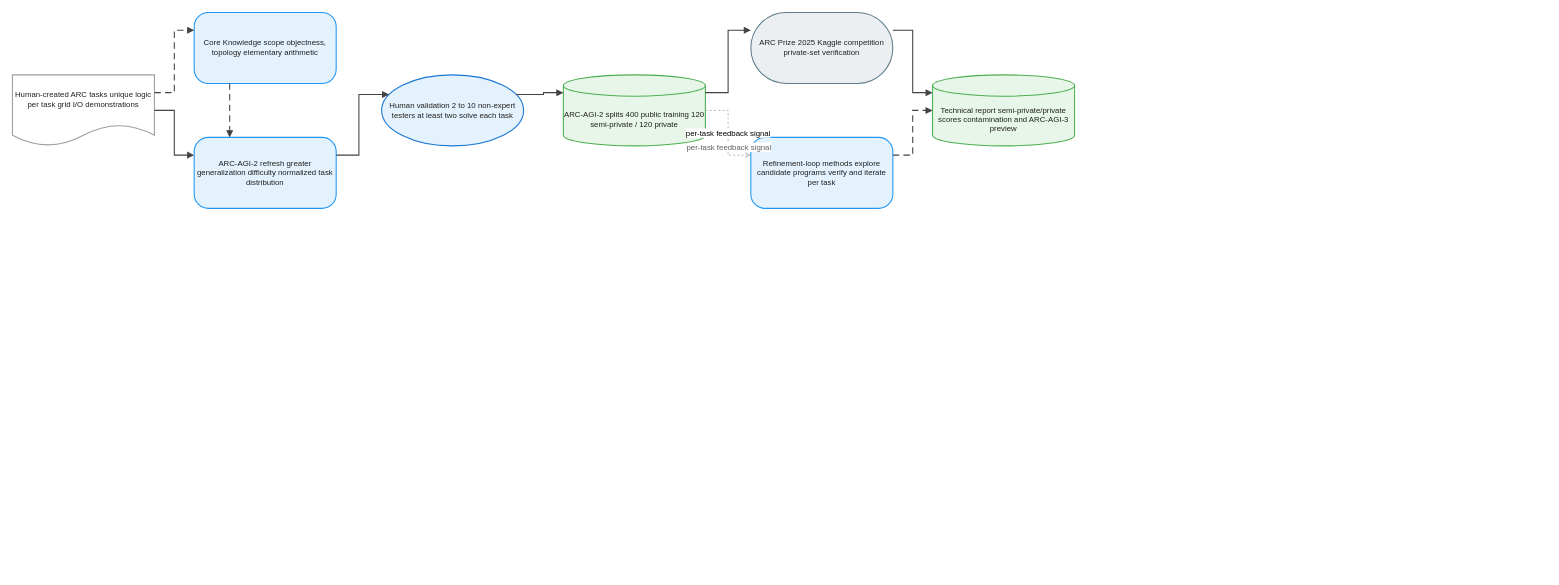
This is drawio/ARC-AGI/ARC-AGI.en.drawio from joe1chief/benchmark-hub, a draw.io file, before an edit. Source tidied: cells renumbered, new cells numbered last; positions are measured from the earlier drawing's top-left corner, leaving out a move shared by most shapes. Both pictures are drawn from the tidied source at 71%, with x=0, y=0 at pixel (12, 12).
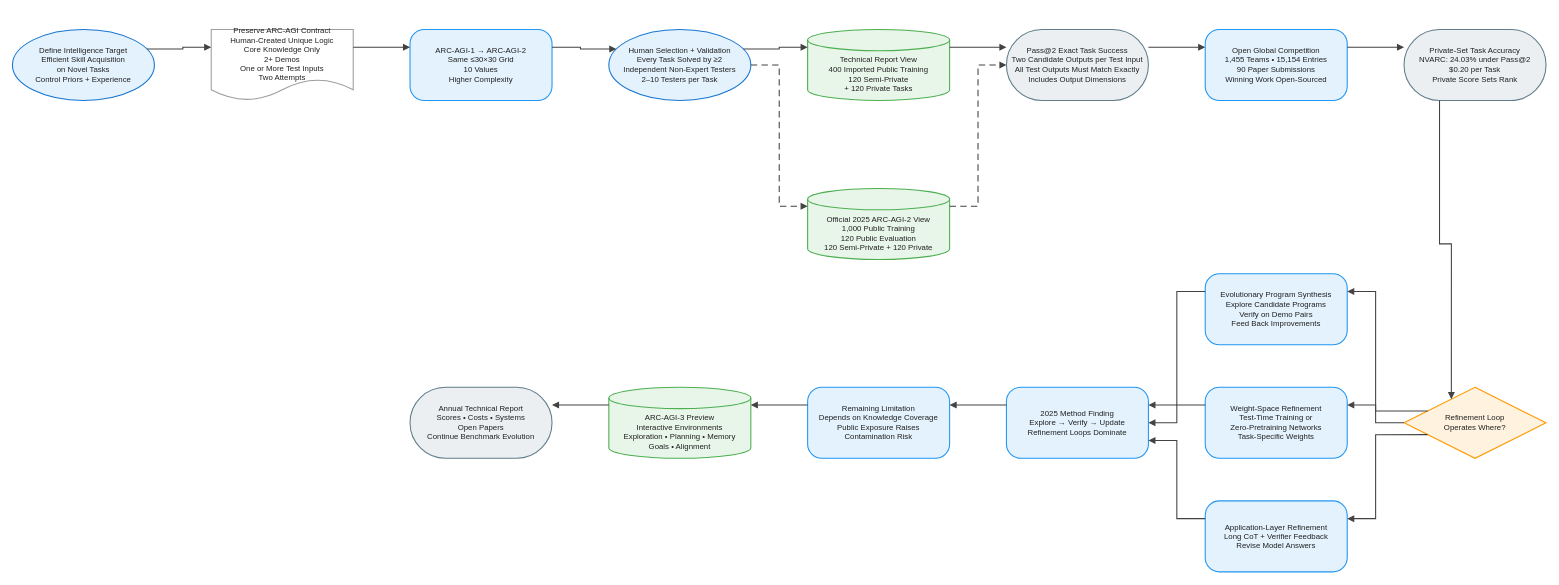
Above is the later version.

Diff of the diagram source:
```diff
@@
-    <mxCell id="2" value="Human-created ARC tasks unique logic per task grid I/O demonstrations" style="shape=document;boundedLbl=1;html=1;whiteSpace=wrap;fillColor=#FFFFFF;strokeColor=#9E9E9E;strokeWidth=1.5;fontColor=#212121;fontSize=11;fontFamily=Arial, Helvetica, sans-serif;verticalAlign=middle;align=center;" parent="1" vertex="1">
-      <mxGeometry y="88" width="200" height="100" as="geometry" />
+    <mxCell id="2" value="Define Intelligence Target&#10;Efficient Skill Acquisition&#10;on Novel Tasks&#10;Control Priors + Experience" style="ellipse;html=0;convertToSvg=1;whiteSpace=wrap;fillColor=#E3F2FD;strokeColor=#1976D2;strokeWidth=1.5;fontColor=#212121;fontSize=11;fontFamily=Arial, Helvetica, sans-serif;verticalAlign=middle;align=center;" parent="1" vertex="1">
+      <mxGeometry y="24" width="200" height="100" as="geometry" />
     </mxCell>
-    <mxCell id="3" value="Core Knowledge scope objectness, topology elementary arithmetic" style="rounded=1;arcSize=20;html=1;whiteSpace=wrap;fillColor=#E3F2FD;strokeColor=#2196F3;strokeWidth=1.5;fontColor=#212121;fontSize=11;fontFamily=Arial, Helvetica, sans-serif;verticalAlign=middle;align=center;" parent="1" vertex="1">
-      <mxGeometry x="256" width="200" height="100" as="geometry" />
+    <mxCell id="3" value="Preserve ARC-AGI Contract&#10;Human-Created Unique Logic&#10;Core Knowledge Only&#10;2+ Demos&#10;One or More Test Inputs&#10;Two Attempts" style="shape=document;boundedLbl=1;html=0;convertToSvg=1;whiteSpace=wrap;fillColor=#FFFFFF;strokeColor=#9E9E9E;strokeWidth=1.5;fontColor=#212121;fontSize=11;fontFamily=Arial, Helvetica, sans-serif;verticalAlign=middle;align=center;" parent="1" vertex="1">
+      <mxGeometry x="280" y="24" width="200" height="100" as="geometry" />
     </mxCell>
-    <mxCell id="4" value="ARC-AGI-2 refresh greater generalization difficulty normalized task distribution" style="rounded=1;arcSize=20;html=1;whiteSpace=wrap;fillColor=#E3F2FD;strokeColor=#2196F3;strokeWidth=1.5;fontColor=#212121;fontSize=11;fontFamily=Arial, Helvetica, sans-serif;verticalAlign=middle;align=center;" parent="1" vertex="1">
-      <mxGeometry x="256" y="176" width="200" height="100" as="geometry" />
+    <mxCell id="4" value="ARC-AGI-1 → ARC-AGI-2&#10;Same ≤30×30 Grid&#10;10 Values&#10;Higher Complexity" style="rounded=1;arcSize=20;html=0;convertToSvg=1;whiteSpace=wrap;fillColor=#E3F2FD;strokeColor=#2196F3;strokeWidth=1.5;fontColor=#212121;fontSize=11;fontFamily=Arial, Helvetica, sans-serif;verticalAlign=middle;align=center;" parent="1" vertex="1">
+      <mxGeometry x="560" y="24" width="200" height="100" as="geometry" />
     </mxCell>
-    <mxCell id="5" value="Human validation 2 to 10 non-expert testers at least two solve each task" style="ellipse;html=1;whiteSpace=wrap;fillColor=#E3F2FD;strokeColor=#1976D2;strokeWidth=1.5;fontColor=#212121;fontSize=11;fontFamily=Arial, Helvetica, sans-serif;verticalAlign=middle;align=center;" parent="1" vertex="1">
-      <mxGeometry x="520" y="88" width="200" height="100" as="geometry" />
+    <mxCell id="5" value="Human Selection + Validation&#10;Every Task Solved by ≥2&#10;Independent Non-Expert Testers&#10;2–10 Testers per Task" style="ellipse;html=0;convertToSvg=1;whiteSpace=wrap;fillColor=#E3F2FD;strokeColor=#1976D2;strokeWidth=1.5;fontColor=#212121;fontSize=11;fontFamily=Arial, Helvetica, sans-serif;verticalAlign=middle;align=center;" parent="1" vertex="1">
+      <mxGeometry x="840" y="24" width="200" height="100" as="geometry" />
     </mxCell>
-    <mxCell id="6" value="ARC-AGI-2 splits 400 public training 120 semi-private / 120 private" style="shape=cylinder3;boundedLbl=1;backgroundOutline=1;size=15;html=1;whiteSpace=wrap;fillColor=#E8F5E9;strokeColor=#4CAF50;strokeWidth=1.5;fontColor=#212121;fontSize=11;fontFamily=Arial, Helvetica, sans-serif;verticalAlign=middle;align=center;" parent="1" vertex="1">
-      <mxGeometry x="776" y="88" width="200" height="100" as="geometry" />
+    <mxCell id="6" value="Technical Report View&#10;400 Imported Public Training&#10;120 Semi-Private&#10;+ 120 Private Tasks" style="shape=cylinder3;boundedLbl=1;backgroundOutline=1;size=15;html=0;convertToSvg=1;whiteSpace=wrap;fillColor=#E8F5E9;strokeColor=#4CAF50;strokeWidth=1.5;fontColor=#212121;fontSize=11;fontFamily=Arial, Helvetica, sans-serif;verticalAlign=middle;align=center;" parent="1" vertex="1">
+      <mxGeometry x="1120" y="24" width="200" height="100" as="geometry" />
     </mxCell>
-    <mxCell id="7" value="ARC Prize 2025 Kaggle competition private-set verification" style="rounded=1;arcSize=50;html=1;whiteSpace=wrap;fillColor=#ECEFF1;strokeColor=#607D8B;strokeWidth=1.5;fontColor=#212121;fontSize=11;fontFamily=Arial, Helvetica, sans-serif;verticalAlign=middle;align=center;" parent="1" vertex="1">
-      <mxGeometry x="1040" width="200" height="100" as="geometry" />
+    <mxCell id="7" value="Official 2025 ARC-AGI-2 View&#10;1,000 Public Training&#10;120 Public Evaluation&#10;120 Semi-Private + 120 Private" style="shape=cylinder3;boundedLbl=1;backgroundOutline=1;size=15;html=0;convertToSvg=1;whiteSpace=wrap;fillColor=#E8F5E9;strokeColor=#4CAF50;strokeWidth=1.5;fontColor=#212121;fontSize=11;fontFamily=Arial, Helvetica, sans-serif;verticalAlign=middle;align=center;" parent="1" vertex="1">
+      <mxGeometry x="1120" y="248" width="200" height="100" as="geometry" />
     </mxCell>
-    <mxCell id="8" value="Refinement-loop methods explore candidate programs verify and iterate per task" style="rounded=1;arcSize=20;html=1;whiteSpace=wrap;fillColor=#E3F2FD;strokeColor=#2196F3;strokeWidth=1.5;fontColor=#212121;fontSize=11;fontFamily=Arial, Helvetica, sans-serif;verticalAlign=middle;align=center;" parent="1" vertex="1">
-      <mxGeometry x="1040" y="176" width="200" height="100" as="geometry" />
+    <mxCell id="8" value="Pass@2 Exact Task Success&#10;Two Candidate Outputs per Test Input&#10;All Test Outputs Must Match Exactly&#10;Includes Output Dimensions" style="rounded=1;arcSize=50;html=0;convertToSvg=1;whiteSpace=wrap;fillColor=#ECEFF1;strokeColor=#607D8B;strokeWidth=1.5;fontColor=#212121;fontSize=11;fontFamily=Arial, Helvetica, sans-serif;verticalAlign=middle;align=center;" parent="1" vertex="1">
+      <mxGeometry x="1400" y="24" width="200" height="100" as="geometry" />
     </mxCell>
-    <mxCell id="9" value="Technical report semi-private/private scores contamination and ARC-AGI-3 preview" style="shape=cylinder3;boundedLbl=1;backgroundOutline=1;size=15;html=1;whiteSpace=wrap;fillColor=#E8F5E9;strokeColor=#4CAF50;strokeWidth=1.5;fontColor=#212121;fontSize=11;fontFamily=Arial, Helvetica, sans-serif;verticalAlign=middle;align=center;" parent="1" vertex="1">
-      <mxGeometry x="1296" y="88" width="200" height="100" as="geometry" />
+    <mxCell id="9" value="Open Global Competition&#10;1,455 Teams • 15,154 Entries&#10;90 Paper Submissions&#10;Winning Work Open-Sourced" style="rounded=1;arcSize=20;html=0;convertToSvg=1;whiteSpace=wrap;fillColor=#E3F2FD;strokeColor=#2196F3;strokeWidth=1.5;fontColor=#212121;fontSize=11;fontFamily=Arial, Helvetica, sans-serif;verticalAlign=middle;align=center;" parent="1" vertex="1">
+      <mxGeometry x="1680" y="24" width="200" height="100" as="geometry" />
     </mxCell>
-    <mxCell id="10" style="edgeStyle=orthogonalEdgeStyle;rounded=0;jettySize=auto;html=1;strokeColor=#424242;strokeWidth=1.5;endArrow=block;endFill=1;exitX=1;exitY=0.25;exitDx=0;exitDy=0;entryX=0;entryY=0.25;entryDx=0;entryDy=0;dashed=1;dashPattern=6 4;jumpStyle=arc;jumpSize=8;" parent="1" edge="1" source="2" target="3">
-      <mxGeometry relative="1" as="geometry" />
+    <mxCell id="10" value="Private-Set Task Accuracy&#10;NVARC: 24.03% under Pass@2&#10;$0.20 per Task&#10;Private Score Sets Rank" style="rounded=1;arcSize=50;html=0;convertToSvg=1;whiteSpace=wrap;fillColor=#ECEFF1;strokeColor=#607D8B;strokeWidth=1.5;fontColor=#212121;fontSize=11;fontFamily=Arial, Helvetica, sans-serif;verticalAlign=middle;align=center;" parent="1" vertex="1">
+      <mxGeometry x="1960" y="24" width="200" height="100" as="geometry" />
     </mxCell>
-    <mxCell id="11" style="edgeStyle=orthogonalEdgeStyle;rounded=0;jettySize=auto;html=1;strokeColor=#424242;strokeWidth=1.5;endArrow=block;endFill=1;exitX=1;exitY=0.5;exitDx=0;exitDy=0;entryX=0;entryY=0.25;entryDx=0;entryDy=0;jumpStyle=arc;jumpSize=8;" parent="1" edge="1" source="2" target="4">
-      <mxGeometry relative="1" as="geometry" />
+    <mxCell id="11" value="Refinement Loop&#10;Operates Where?" style="rhombus;html=0;convertToSvg=1;whiteSpace=wrap;fillColor=#FFF3E0;strokeColor=#FF9800;strokeWidth=1.5;fontColor=#212121;fontSize=11;fontFamily=Arial, Helvetica, sans-serif;verticalAlign=middle;align=center;" parent="1" vertex="1">
+      <mxGeometry x="1960" y="528" width="200" height="100" as="geometry" />
     </mxCell>
-    <mxCell id="12" style="edgeStyle=orthogonalEdgeStyle;rounded=0;jettySize=auto;html=1;strokeColor=#424242;strokeWidth=1.5;endArrow=block;endFill=1;exitX=0.25;exitY=1;exitDx=0;exitDy=0;entryX=0.25;entryY=0;entryDx=0;entryDy=0;dashed=1;dashPattern=6 4;jumpStyle=arc;jumpSize=8;" parent="1" edge="1" source="3" target="4">
-      <mxGeometry relative="1" as="geometry" />
+    <mxCell id="12" value="Evolutionary Program Synthesis&#10;Explore Candidate Programs&#10;Verify on Demo Pairs&#10;Feed Back Improvements" style="rounded=1;arcSize=20;html=0;convertToSvg=1;whiteSpace=wrap;fillColor=#E3F2FD;strokeColor=#2196F3;strokeWidth=1.5;fontColor=#212121;fontSize=11;fontFamily=Arial, Helvetica, sans-serif;verticalAlign=middle;align=center;" parent="1" vertex="1">
+      <mxGeometry x="1680" y="368" width="200" height="100" as="geometry" />
     </mxCell>
-    <mxCell id="13" style="edgeStyle=orthogonalEdgeStyle;rounded=0;jettySize=auto;html=1;strokeColor=#424242;strokeWidth=1.5;endArrow=block;endFill=1;exitX=1;exitY=0.25;exitDx=0;exitDy=0;entryX=0;entryY=0.25;entryDx=0;entryDy=0;jumpStyle=arc;jumpSize=8;" parent="1" edge="1" source="4" target="5">
-      <mxGeometry relative="1" as="geometry" />
+    <mxCell id="13" value="Weight-Space Refinement&#10;Test-Time Training or&#10;Zero-Pretraining Networks&#10;Task-Specific Weights" style="rounded=1;arcSize=20;html=0;convertToSvg=1;whiteSpace=wrap;fillColor=#E3F2FD;strokeColor=#2196F3;strokeWidth=1.5;fontColor=#212121;fontSize=11;fontFamily=Arial, Helvetica, sans-serif;verticalAlign=middle;align=center;" parent="1" vertex="1">
+      <mxGeometry x="1680" y="528" width="200" height="100" as="geometry" />
     </mxCell>
-    <mxCell id="14" style="edgeStyle=orthogonalEdgeStyle;rounded=0;jettySize=auto;html=1;strokeColor=#424242;strokeWidth=1.5;endArrow=block;endFill=1;exitX=1;exitY=0.25;exitDx=0;exitDy=0;entryX=0;entryY=0.25;entryDx=0;entryDy=0;jumpStyle=arc;jumpSize=8;" parent="1" edge="1" source="5" target="6">
-      <mxGeometry relative="1" as="geometry" />
+    <mxCell id="14" value="Application-Layer Refinement&#10;Long CoT + Verifier Feedback&#10;Revise Model Answers" style="rounded=1;arcSize=20;html=0;convertToSvg=1;whiteSpace=wrap;fillColor=#E3F2FD;strokeColor=#2196F3;strokeWidth=1.5;fontColor=#212121;fontSize=11;fontFamily=Arial, Helvetica, sans-serif;verticalAlign=middle;align=center;" parent="1" vertex="1">
+      <mxGeometry x="1680" y="688" width="200" height="100" as="geometry" />
     </mxCell>
-    <mxCell id="15" style="edgeStyle=orthogonalEdgeStyle;rounded=0;jettySize=auto;html=1;strokeColor=#424242;strokeWidth=1.5;endArrow=block;endFill=1;exitX=1;exitY=0.25;exitDx=0;exitDy=0;entryX=0;entryY=0.25;entryDx=0;entryDy=0;jumpStyle=arc;jumpSize=8;" parent="1" edge="1" source="6" target="7">
-      <mxGeometry relative="1" as="geometry" />
+    <mxCell id="15" value="2025 Method Finding&#10;Explore → Verify → Update&#10;Refinement Loops Dominate" style="rounded=1;arcSize=20;html=0;convertToSvg=1;whiteSpace=wrap;fillColor=#E3F2FD;strokeColor=#2196F3;strokeWidth=1.5;fontColor=#212121;fontSize=11;fontFamily=Arial, Helvetica, sans-serif;verticalAlign=middle;align=center;" parent="1" vertex="1">
+      <mxGeometry x="1400" y="528" width="200" height="100" as="geometry" />
     </mxCell>
-    <mxCell id="16" value="per-task feedback signal" style="edgeStyle=orthogonalEdgeStyle;rounded=0;jettySize=auto;html=1;strokeColor=#9E9E9E;strokeWidth=1;endArrow=open;endFill=0;exitX=1;exitY=0.5;exitDx=0;exitDy=0;entryX=0;entryY=0.25;entryDx=0;entryDy=0;dashed=1;dashPattern=3 3;jumpStyle=arc;jumpSize=8;" parent="1" edge="1" source="6" target="8">
-      <mxGeometry relative="1" as="geometry" />
+    <mxCell id="16" value="Remaining Limitation&#10;Depends on Knowledge Coverage&#10;Public Exposure Raises&#10;Contamination Risk" style="rounded=1;arcSize=20;html=0;convertToSvg=1;whiteSpace=wrap;fillColor=#E3F2FD;strokeColor=#2196F3;strokeWidth=1.5;fontColor=#212121;fontSize=11;fontFamily=Arial, Helvetica, sans-serif;verticalAlign=middle;align=center;" parent="1" vertex="1">
+      <mxGeometry x="1120" y="528" width="200" height="100" as="geometry" />
     </mxCell>
-    <mxCell id="17" value="per-task feedback signal" style="edgeLabel;html=1;align=center;verticalAlign=middle;fontSize=11;fontColor=#616161;" parent="16" vertex="1">
-      <mxGeometry x="0.5" relative="1" as="geometry">
-        <mxPoint y="-12" as="offset" />
-      </mxGeometry>
+    <mxCell id="17" value="ARC-AGI-3 Preview&#10;Interactive Environments&#10;Exploration • Planning • Memory&#10;Goals • Alignment" style="shape=cylinder3;boundedLbl=1;backgroundOutline=1;size=15;html=0;convertToSvg=1;whiteSpace=wrap;fillColor=#E8F5E9;strokeColor=#4CAF50;strokeWidth=1.5;fontColor=#212121;fontSize=11;fontFamily=Arial, Helvetica, sans-serif;verticalAlign=middle;align=center;" parent="1" vertex="1">
+      <mxGeometry x="840" y="528" width="200" height="100" as="geometry" />
     </mxCell>
-    <mxCell id="18" style="edgeStyle=orthogonalEdgeStyle;rounded=0;jettySize=auto;html=1;strokeColor=#424242;strokeWidth=1.5;endArrow=block;endFill=1;exitX=1;exitY=0.25;exitDx=0;exitDy=0;entryX=0;entryY=0.25;entryDx=0;entryDy=0;jumpStyle=arc;jumpSize=8;" parent="1" edge="1" source="7" target="9">
-      <mxGeometry relative="1" as="geometry" />
+    <mxCell id="18" value="Annual Technical Report&#10;Scores • Costs • Systems&#10;Open Papers&#10;Continue Benchmark Evolution" style="rounded=1;arcSize=50;html=0;convertToSvg=1;whiteSpace=wrap;fillColor=#ECEFF1;strokeColor=#607D8B;strokeWidth=1.5;fontColor=#212121;fontSize=11;fontFamily=Arial, Helvetica, sans-serif;verticalAlign=middle;align=center;" parent="1" vertex="1">
+      <mxGeometry x="560" y="528" width="200" height="100" as="geometry" />
     </mxCell>
-    <mxCell id="19" style="edgeStyle=orthogonalEdgeStyle;rounded=0;jettySize=auto;html=1;strokeColor=#424242;strokeWidth=1.5;endArrow=block;endFill=1;exitX=1;exitY=0.25;exitDx=0;exitDy=0;entryX=0;entryY=0.5;entryDx=0;entryDy=0;dashed=1;dashPattern=6 4;jumpStyle=arc;jumpSize=8;" parent="1" edge="1" source="8" target="9">
+    <mxCell id="19" style="edgeStyle=orthogonalEdgeStyle;rounded=0;jettySize=auto;html=0;convertToSvg=1;strokeColor=#424242;strokeWidth=1.5;endArrow=block;endFill=1;exitX=1;exitY=0.25;exitDx=0;exitDy=0;entryX=0;entryY=0.25;entryDx=0;entryDy=0;jumpStyle=arc;jumpSize=8;" parent="1" edge="1" source="2" target="3">
       <mxGeometry relative="1" as="geometry" />
     </mxCell>
+    <mxCell id="20" style="edgeStyle=orthogonalEdgeStyle;rounded=0;jettySize=auto;html=0;convertToSvg=1;strokeColor=#424242;strokeWidth=1.5;endArrow=block;endFill=1;exitX=1;exitY=0.25;exitDx=0;exitDy=0;entryX=0;entryY=0.25;entryDx=0;entryDy=0;jumpStyle=arc;jumpSize=8;" parent="1" edge="1" source="3" target="4">
+      <mxGeometry relative="1" as="geometry" />
+    </mxCell>
+    <mxCell id="21" style="edgeStyle=orthogonalEdgeStyle;rounded=0;jettySize=auto;html=0;convertToSvg=1;strokeColor=#424242;strokeWidth=1.5;endArrow=block;endFill=1;exitX=1;exitY=0.25;exitDx=0;exitDy=0;entryX=0;entryY=0.25;entryDx=0;entryDy=0;jumpStyle=arc;jumpSize=8;" parent="1" edge="1" source="4" target="5">
+      <mxGeometry relative="1" as="geometry" />
+    </mxCell>
+    <mxCell id="22" style="edgeStyle=orthogonalEdgeStyle;rounded=0;jettySize=auto;html=0;convertToSvg=1;strokeColor=#424242;strokeWidth=1.5;endArrow=block;endFill=1;exitX=1;exitY=0.25;exitDx=0;exitDy=0;entryX=0;entryY=0.25;entryDx=0;entryDy=0;jumpStyle=arc;jumpSize=8;" parent="1" edge="1" source="5" target="6">
+      <mxGeometry relative="1" as="geometry" />
+    </mxCell>
+    <mxCell id="23" style="edgeStyle=orthogonalEdgeStyle;rounded=0;jettySize=auto;html=0;convertToSvg=1;strokeColor=#424242;strokeWidth=1.5;endArrow=block;endFill=1;exitX=1;exitY=0.25;exitDx=0;exitDy=0;entryX=0;entryY=0.25;entryDx=0;entryDy=0;jumpStyle=arc;jumpSize=8;" parent="1" edge="1" source="6" target="8">
+      <mxGeometry relative="1" as="geometry" />
+    </mxCell>
+    <mxCell id="24" style="edgeStyle=orthogonalEdgeStyle;rounded=0;jettySize=auto;html=0;convertToSvg=1;strokeColor=#424242;strokeWidth=1.5;endArrow=block;endFill=1;exitX=1;exitY=0.5;exitDx=0;exitDy=0;entryX=0;entryY=0.25;entryDx=0;entryDy=0;dashed=1;dashPattern=6 4;jumpStyle=arc;jumpSize=8;" parent="1" edge="1" source="5" target="7">
+      <mxGeometry relative="1" as="geometry" />
+    </mxCell>
+    <mxCell id="25" style="edgeStyle=orthogonalEdgeStyle;rounded=0;jettySize=auto;html=0;convertToSvg=1;strokeColor=#424242;strokeWidth=1.5;endArrow=block;endFill=1;exitX=1;exitY=0.25;exitDx=0;exitDy=0;entryX=0;entryY=0.5;entryDx=0;entryDy=0;dashed=1;dashPattern=6 4;jumpStyle=arc;jumpSize=8;" parent="1" edge="1" source="7" target="8">
+      <mxGeometry relative="1" as="geometry" />
+    </mxCell>
+    <mxCell id="26" style="edgeStyle=orthogonalEdgeStyle;rounded=0;jettySize=auto;html=0;convertToSvg=1;strokeColor=#424242;strokeWidth=1.5;endArrow=block;endFill=1;exitX=1;exitY=0.25;exitDx=0;exitDy=0;entryX=0;entryY=0.25;entryDx=0;entryDy=0;jumpStyle=arc;jumpSize=8;" parent="1" edge="1" source="8" target="9">
+      <mxGeometry relative="1" as="geometry" />
+    </mxCell>
+    <mxCell id="27" style="edgeStyle=orthogonalEdgeStyle;rounded=0;jettySize=auto;html=0;convertToSvg=1;strokeColor=#424242;strokeWidth=1.5;endArrow=block;endFill=1;exitX=1;exitY=0.25;exitDx=0;exitDy=0;entryX=0;entryY=0.25;entryDx=0;entryDy=0;jumpStyle=arc;jumpSize=8;" parent="1" edge="1" source="9" target="10">
+      <mxGeometry relative="1" as="geometry" />
+    </mxCell>
+    <mxCell id="28" style="edgeStyle=orthogonalEdgeStyle;rounded=0;jettySize=auto;html=0;convertToSvg=1;strokeColor=#424242;strokeWidth=1.5;endArrow=block;endFill=1;exitX=0.25;exitY=1;exitDx=0;exitDy=0;entryX=0.25;entryY=0;entryDx=0;entryDy=0;jumpStyle=arc;jumpSize=8;" parent="1" edge="1" source="10" target="11">
+      <mxGeometry relative="1" as="geometry" />
+    </mxCell>
+    <mxCell id="29" style="edgeStyle=orthogonalEdgeStyle;rounded=0;jettySize=auto;html=0;convertToSvg=1;strokeColor=#424242;strokeWidth=1.5;endArrow=block;endFill=1;exitX=0;exitY=0.25;exitDx=0;exitDy=0;entryX=1;entryY=0.25;entryDx=0;entryDy=0;jumpStyle=arc;jumpSize=8;" parent="1" edge="1" source="11" target="12">
+      <mxGeometry relative="1" as="geometry" />
+    </mxCell>
+    <mxCell id="30" style="edgeStyle=orthogonalEdgeStyle;rounded=0;jettySize=auto;html=0;convertToSvg=1;strokeColor=#424242;strokeWidth=1.5;endArrow=block;endFill=1;exitX=0;exitY=0.5;exitDx=0;exitDy=0;entryX=1;entryY=0.25;entryDx=0;entryDy=0;jumpStyle=arc;jumpSize=8;" parent="1" edge="1" source="11" target="13">
+      <mxGeometry relative="1" as="geometry" />
+    </mxCell>
+    <mxCell id="31" style="edgeStyle=orthogonalEdgeStyle;rounded=0;jettySize=auto;html=0;convertToSvg=1;strokeColor=#424242;strokeWidth=1.5;endArrow=block;endFill=1;exitX=0;exitY=0.75;exitDx=0;exitDy=0;entryX=1;entryY=0.25;entryDx=0;entryDy=0;jumpStyle=arc;jumpSize=8;" parent="1" edge="1" source="11" target="14">
+      <mxGeometry relative="1" as="geometry" />
+    </mxCell>
+    <mxCell id="32" style="edgeStyle=orthogonalEdgeStyle;rounded=0;jettySize=auto;html=0;convertToSvg=1;strokeColor=#424242;strokeWidth=1.5;endArrow=block;endFill=1;exitX=0;exitY=0.25;exitDx=0;exitDy=0;entryX=1;entryY=0.25;entryDx=0;entryDy=0;jumpStyle=arc;jumpSize=8;" parent="1" edge="1" source="12" target="15">
+      <mxGeometry relative="1" as="geometry" />
+    </mxCell>
+    <mxCell id="33" style="edgeStyle=orthogonalEdgeStyle;rounded=0;jettySize=auto;html=0;convertToSvg=1;strokeColor=#424242;strokeWidth=1.5;endArrow=block;endFill=1;exitX=0;exitY=0.25;exitDx=0;exitDy=0;entryX=1;entryY=0.5;entryDx=0;entryDy=0;jumpStyle=arc;jumpSize=8;" parent="1" edge="1" source="13" target="15">
+      <mxGeometry relative="1" as="geometry" />
+    </mxCell>
+    <mxCell id="34" style="edgeStyle=orthogonalEdgeStyle;rounded=0;jettySize=auto;html=0;convertToSvg=1;strokeColor=#424242;strokeWidth=1.5;endArrow=block;endFill=1;exitX=0;exitY=0.25;exitDx=0;exitDy=0;entryX=1;entryY=0.75;entryDx=0;entryDy=0;jumpStyle=arc;jumpSize=8;" parent="1" edge="1" source="14" target="15">
+      <mxGeometry relative="1" as="geometry" />
+    </mxCell>
+    <mxCell id="35" style="edgeStyle=orthogonalEdgeStyle;rounded=0;jettySize=auto;html=0;convertToSvg=1;strokeColor=#424242;strokeWidth=1.5;endArrow=block;endFill=1;exitX=0;exitY=0.25;exitDx=0;exitDy=0;entryX=1;entryY=0.25;entryDx=0;entryDy=0;jumpStyle=arc;jumpSize=8;" parent="1" edge="1" source="15" target="16">
+      <mxGeometry relative="1" as="geometry" />
+    </mxCell>
+    <mxCell id="36" style="edgeStyle=orthogonalEdgeStyle;rounded=0;jettySize=auto;html=0;convertToSvg=1;strokeColor=#424242;strokeWidth=1.5;endArrow=block;endFill=1;exitX=0;exitY=0.25;exitDx=0;exitDy=0;entryX=1;entryY=0.25;entryDx=0;entryDy=0;jumpStyle=arc;jumpSize=8;" parent="1" edge="1" source="16" target="17">
+      <mxGeometry relative="1" as="geometry" />
+    </mxCell>
+    <mxCell id="37" style="edgeStyle=orthogonalEdgeStyle;rounded=0;jettySize=auto;html=0;convertToSvg=1;strokeColor=#424242;strokeWidth=1.5;endArrow=block;endFill=1;exitX=0;exitY=0.25;exitDx=0;exitDy=0;entryX=1;entryY=0.25;entryDx=0;entryDy=0;jumpStyle=arc;jumpSize=8;" parent="1" edge="1" source="17" target="18">
+      <mxGeometry relative="1" as="geometry" />
+    </mxCell>
```
